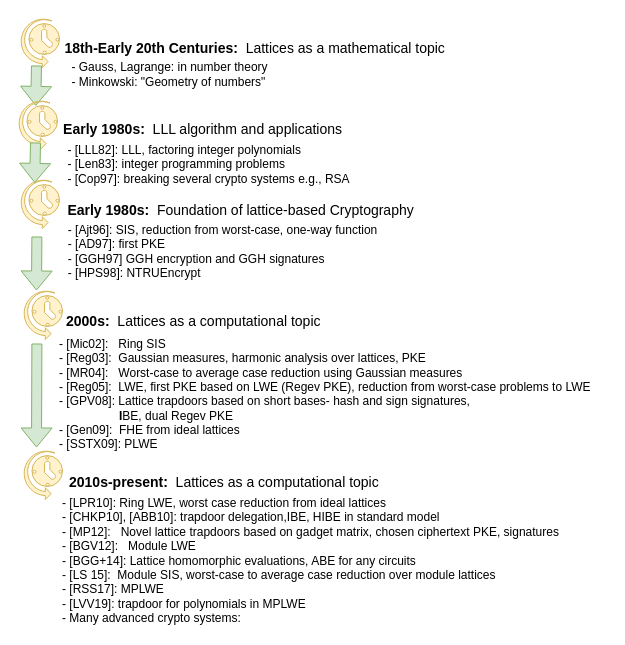
Above: History-of-lattice.drawio in huyle84/diagrams (draw.io), before the change. Source tidied: cells renumbered, new cells numbered last; positions are measured from the earlier drawing's top-left corner, leaving out a move shared by most shapes. Both pictures are drawn from the tidied source at 100%, with x=0, y=0 at pixel (17, 17).
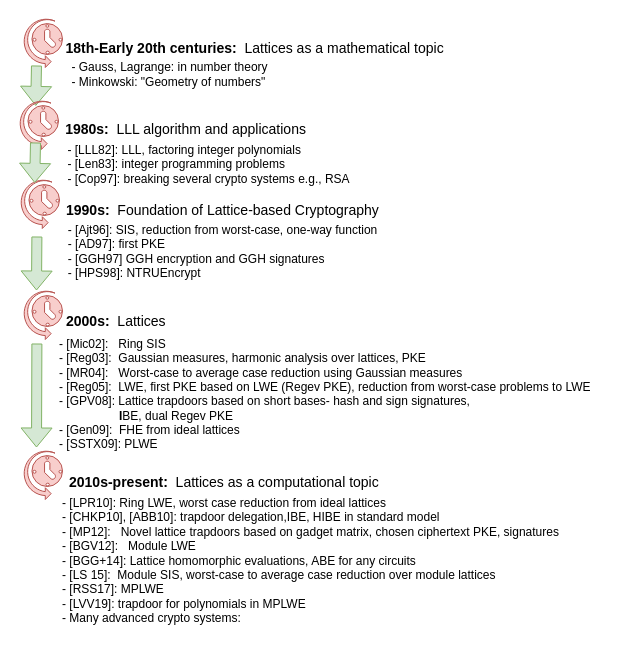
Above is the later version.

The edit, as a diff of the source:
```diff
@@
-    <mxCell id="2" style="verticalLabelPosition=bottom;html=1;verticalAlign=top;align=center;strokeColor=#d6b656;fillColor=#fff2cc;shape=mxgraph.azure.scheduler;" parent="1" vertex="1">
-      <mxGeometry x="2" width="40" height="50" as="geometry" />
+    <mxCell id="2" style="verticalLabelPosition=bottom;html=1;verticalAlign=top;align=center;strokeColor=#b85450;fillColor=#f8cecc;shape=mxgraph.azure.scheduler;" parent="1" vertex="1">
+      <mxGeometry x="5" width="40" height="50" as="geometry" />
     </mxCell>
-    <mxCell id="3" value="&lt;font style=&quot;font-size: 14px&quot;&gt;&lt;b&gt;18th-Early 20th Centuries:&lt;/b&gt; &amp;nbsp;Lattices as a mathematical topic &amp;nbsp;&lt;/font&gt;" style="text;html=1;align=center;verticalAlign=middle;strokeColor=none;fillColor=none;" parent="1" vertex="1">
+    <mxCell id="3" value="&lt;font style=&quot;font-size: 14px&quot;&gt;&lt;b&gt;18th-Early 20th centuries:&lt;/b&gt; &amp;nbsp;Lattices as a mathematical topic &amp;nbsp;&lt;/font&gt;" style="text;html=1;align=center;verticalAlign=middle;strokeColor=none;fillColor=none;" parent="1" vertex="1">
       <mxGeometry x="41" y="21" width="400" height="20" as="geometry" />
     </mxCell>
@@
-    <mxCell id="5" style="verticalLabelPosition=bottom;html=1;verticalAlign=top;align=center;strokeColor=#d6b656;fillColor=#fff2cc;shape=mxgraph.azure.scheduler;" parent="1" vertex="1">
-      <mxGeometry y="82" width="40" height="50" as="geometry" />
+    <mxCell id="5" style="verticalLabelPosition=bottom;html=1;verticalAlign=top;align=center;strokeColor=#b85450;fillColor=#f8cecc;shape=mxgraph.azure.scheduler;" parent="1" vertex="1">
+      <mxGeometry x="1" y="82" width="40" height="50" as="geometry" />
     </mxCell>
-    <mxCell id="6" value="&lt;font style=&quot;font-size: 14px&quot;&gt;&lt;b&gt;Early 1980s:&lt;/b&gt; &amp;nbsp;LLL algorithm and applications&amp;nbsp;&lt;/font&gt;" style="text;html=1;align=center;verticalAlign=middle;strokeColor=none;fillColor=none;" parent="1" vertex="1">
-      <mxGeometry x="37" y="102" width="300" height="20" as="geometry" />
+    <mxCell id="6" value="&lt;font style=&quot;font-size: 14px&quot;&gt;&lt;b&gt;1980s:&lt;/b&gt; &amp;nbsp;LLL algorithm and applications&amp;nbsp;&lt;/font&gt;" style="text;html=1;align=center;verticalAlign=middle;strokeColor=none;fillColor=none;" parent="1" vertex="1">
+      <mxGeometry x="40" y="102" width="260" height="20" as="geometry" />
     </mxCell>
@@
-    <mxCell id="8" style="verticalLabelPosition=bottom;html=1;verticalAlign=top;align=center;strokeColor=#d6b656;fillColor=#fff2cc;shape=mxgraph.azure.scheduler;" parent="1" vertex="1">
+    <mxCell id="8" style="verticalLabelPosition=bottom;html=1;verticalAlign=top;align=center;strokeColor=#b85450;fillColor=#f8cecc;shape=mxgraph.azure.scheduler;" parent="1" vertex="1">
       <mxGeometry x="2" y="161" width="40" height="50" as="geometry" />
     </mxCell>
-    <mxCell id="9" value="&lt;font style=&quot;font-size: 14px&quot;&gt;&lt;b&gt;Early 1980s:&lt;/b&gt; &amp;nbsp;Foundation of lattice-based Cryptography&amp;nbsp;&lt;/font&gt;" style="text;html=1;align=center;verticalAlign=middle;strokeColor=none;fillColor=none;" parent="1" vertex="1">
-      <mxGeometry x="40" y="183" width="370" height="20" as="geometry" />
+    <mxCell id="9" value="&lt;font style=&quot;font-size: 14px&quot;&gt;&lt;b&gt;1990s:&lt;/b&gt; &amp;nbsp;Foundation of Lattice-based Cryptography&amp;nbsp;&lt;/font&gt;" style="text;html=1;align=left;verticalAlign=middle;strokeColor=none;fillColor=none;" parent="1" vertex="1">
+      <mxGeometry x="47" y="183" width="330" height="20" as="geometry" />
     </mxCell>
@@
-    <mxCell id="12" style="verticalLabelPosition=bottom;html=1;verticalAlign=top;align=center;strokeColor=#d6b656;fillColor=#fff2cc;shape=mxgraph.azure.scheduler;" parent="1" vertex="1">
+    <mxCell id="12" style="verticalLabelPosition=bottom;html=1;verticalAlign=top;align=center;strokeColor=#b85450;fillColor=#f8cecc;shape=mxgraph.azure.scheduler;" parent="1" vertex="1">
       <mxGeometry x="5" y="272" width="40" height="50" as="geometry" />
     </mxCell>
-    <mxCell id="13" value="&lt;font style=&quot;font-size: 14px&quot;&gt;&lt;b&gt;2000s:&lt;/b&gt; &amp;nbsp;Lattices as a computational topic &amp;nbsp;&lt;/font&gt;" style="text;html=1;align=left;verticalAlign=middle;strokeColor=none;fillColor=none;" parent="1" vertex="1">
-      <mxGeometry x="47" y="294" width="280" height="20" as="geometry" />
+    <mxCell id="13" value="&lt;font style=&quot;font-size: 14px&quot;&gt;&lt;b&gt;2000s:&lt;/b&gt; &amp;nbsp;Lattices&amp;nbsp;&lt;/font&gt;" style="text;html=1;align=left;verticalAlign=middle;strokeColor=none;fillColor=none;" parent="1" vertex="1">
+      <mxGeometry x="47" y="294" width="120" height="20" as="geometry" />
     </mxCell>
@@
-    <mxCell id="15" style="verticalLabelPosition=bottom;html=1;verticalAlign=top;align=center;strokeColor=#d6b656;fillColor=#fff2cc;shape=mxgraph.azure.scheduler;" parent="1" vertex="1">
+    <mxCell id="15" style="verticalLabelPosition=bottom;html=1;verticalAlign=top;align=center;strokeColor=#b85450;fillColor=#f8cecc;shape=mxgraph.azure.scheduler;" parent="1" vertex="1">
       <mxGeometry x="5" y="432" width="40" height="50" as="geometry" />
     </mxCell>
```
